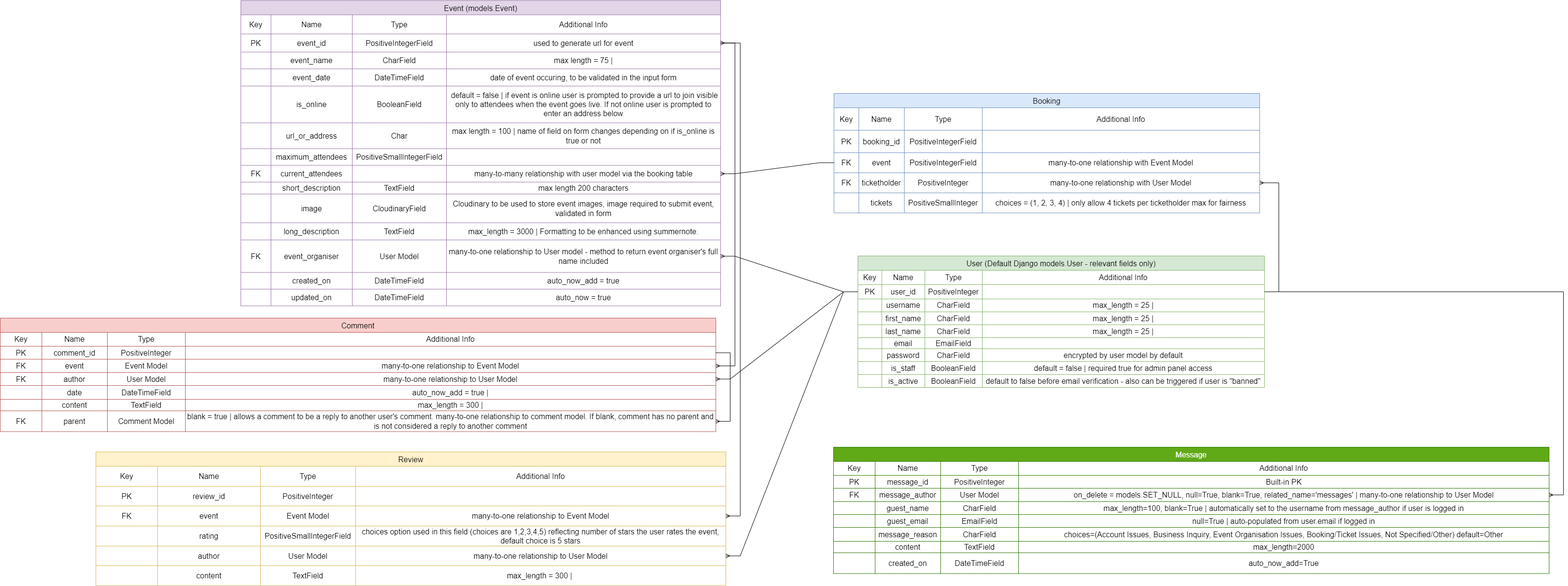
This is documentation/diagrams/ourglass_model_erd.png from Morgana-S/ourglass, a draw.io export, as it was before one commit. Source tidied: cells renumbered, new cells last; positions are measured from the earlier drawing's top-left corner, leaving out a move shared by most shapes.
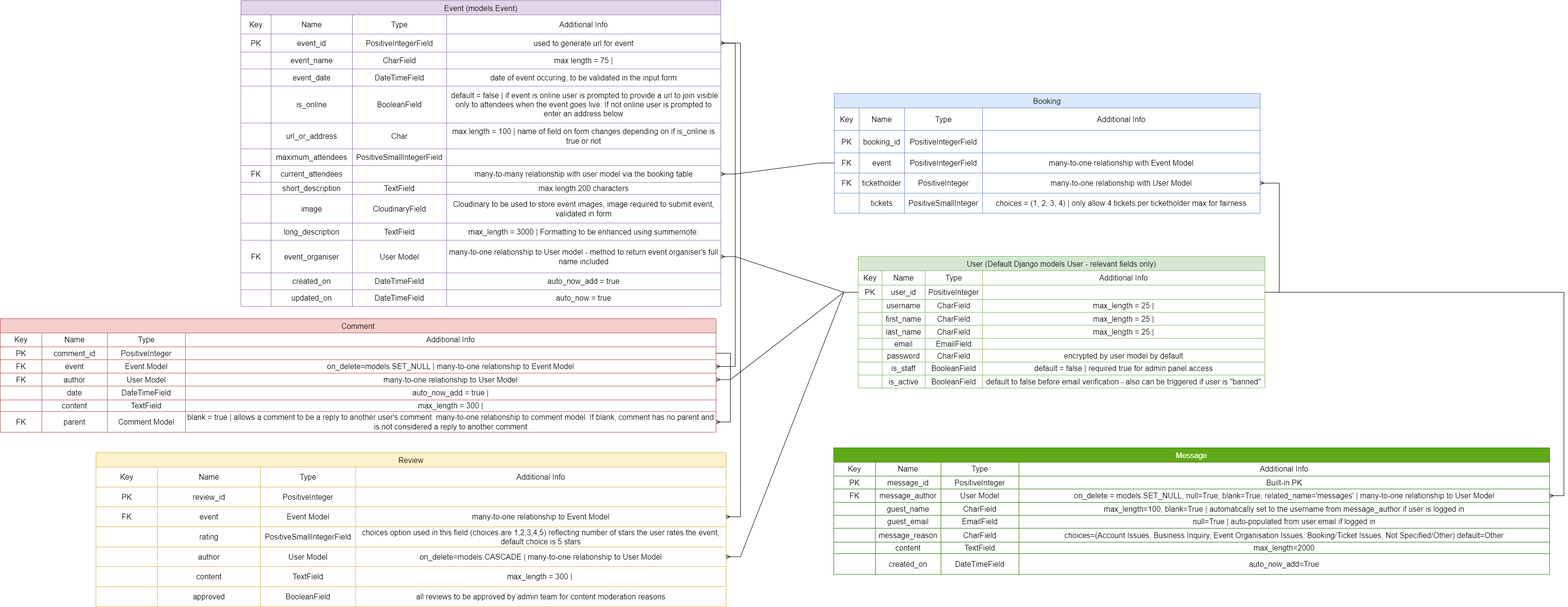
Above is the later version.

Commit message:
Update ERD for Review Model

What changed in the source:
```diff
@@ -401,7 +401,7 @@
     <mxCell id="134" value="Event Model" style="shape=partialRectangle;html=1;whiteSpace=wrap;strokeColor=inherit;overflow=hidden;fillColor=none;top=0;left=0;bottom=0;right=0;fontSize=16;" parent="131" vertex="1">
       <mxGeometry x="224" width="163" height="28" as="geometry" />
     </mxCell>
-    <mxCell id="135" value="many-to-one relationship to Event Model" style="shape=partialRectangle;html=1;whiteSpace=wrap;strokeColor=inherit;overflow=hidden;fillColor=none;top=0;left=0;bottom=0;right=0;fontSize=16;" parent="131" vertex="1">
+    <mxCell id="135" value="on_delete=models.SET_NULL | many-to-one relationship to Event Model" style="shape=partialRectangle;html=1;whiteSpace=wrap;strokeColor=inherit;overflow=hidden;fillColor=none;top=0;left=0;bottom=0;right=0;fontSize=16;" parent="131" vertex="1">
       <mxGeometry x="387" width="1109" height="28" as="geometry" />
     </mxCell>
     <mxCell id="136" style="shape=tableRow;horizontal=0;startSize=0;swimlaneHead=0;swimlaneBody=0;strokeColor=inherit;top=0;left=0;bottom=0;right=0;fillColor=none;points=[[0,0.5],[1,0.5]];portConstraint=eastwest;fontSize=16;" parent="120" vertex="1">
@@ -468,7 +468,7 @@
       <mxGeometry relative="1" as="geometry" />
     </mxCell>
     <mxCell id="157" value="Review" style="shape=table;startSize=30;strokeColor=#d6b656;fontSize=16;fillColor=#fff2cc;" parent="1" vertex="1">
-      <mxGeometry x="200" y="944" width="1317" height="280" as="geometry" />
+      <mxGeometry x="200" y="944" width="1317" height="322" as="geometry" />
     </mxCell>
     <mxCell id="158" style="shape=tableRow;horizontal=0;startSize=0;swimlaneHead=0;swimlaneBody=0;strokeColor=inherit;top=0;left=0;bottom=0;right=0;fillColor=none;fontSize=16;" parent="157" vertex="1">
       <mxGeometry y="30" width="1317" height="42" as="geometry" />
@@ -542,7 +542,7 @@
     <mxCell id="181" value="User Model" style="shape=partialRectangle;html=1;whiteSpace=wrap;strokeColor=inherit;overflow=hidden;fillColor=none;top=0;left=0;bottom=0;right=0;fontSize=16;" parent="178" vertex="1">
       <mxGeometry x="344" width="199" height="41" as="geometry" />
     </mxCell>
-    <mxCell id="182" value="many-to-one relationship to User Model" style="shape=partialRectangle;html=1;whiteSpace=wrap;strokeColor=inherit;overflow=hidden;fillColor=none;top=0;left=0;bottom=0;right=0;fontSize=16;" parent="178" vertex="1">
+    <mxCell id="182" value="on_delete=models.CASCADE | many-to-one relationship to User Model" style="shape=partialRectangle;html=1;whiteSpace=wrap;strokeColor=inherit;overflow=hidden;fillColor=none;top=0;left=0;bottom=0;right=0;fontSize=16;" parent="178" vertex="1">
       <mxGeometry x="543" width="774" height="41" as="geometry" />
     </mxCell>
     <mxCell id="183" style="shape=tableRow;horizontal=0;startSize=0;swimlaneHead=0;swimlaneBody=0;strokeColor=inherit;top=0;left=0;bottom=0;right=0;fillColor=none;fontSize=16;" parent="157" vertex="1">
@@ -560,6 +560,21 @@
     <mxCell id="187" value="max_length = 300 |&amp;nbsp;" style="shape=partialRectangle;html=1;whiteSpace=wrap;strokeColor=inherit;overflow=hidden;fillColor=none;top=0;left=0;bottom=0;right=0;fontSize=16;" parent="183" vertex="1">
       <mxGeometry x="543" width="774" height="42" as="geometry" />
     </mxCell>
+    <mxCell id="263" style="shape=tableRow;horizontal=0;startSize=0;swimlaneHead=0;swimlaneBody=0;strokeColor=inherit;top=0;left=0;bottom=0;right=0;fillColor=none;fontSize=16;" parent="157" vertex="1">
+      <mxGeometry y="280" width="1317" height="42" as="geometry" />
+    </mxCell>
+    <mxCell id="264" style="shape=partialRectangle;html=1;whiteSpace=wrap;strokeColor=inherit;overflow=hidden;fillColor=none;top=0;left=0;bottom=0;right=0;fontSize=16;" parent="263" vertex="1">
+      <mxGeometry width="129" height="42" as="geometry" />
+    </mxCell>
+    <mxCell id="265" value="approved" style="shape=partialRectangle;html=1;whiteSpace=wrap;strokeColor=inherit;overflow=hidden;fillColor=none;top=0;left=0;bottom=0;right=0;fontSize=16;" parent="263" vertex="1">
+      <mxGeometry x="129" width="215" height="42" as="geometry" />
+    </mxCell>
+    <mxCell id="266" value="BooleanField" style="shape=partialRectangle;html=1;whiteSpace=wrap;strokeColor=inherit;overflow=hidden;fillColor=none;top=0;left=0;bottom=0;right=0;fontSize=16;" parent="263" vertex="1">
+      <mxGeometry x="344" width="199" height="42" as="geometry" />
+    </mxCell>
+    <mxCell id="267" value="all reviews to be approved by admin team for content moderation reasons" style="shape=partialRectangle;html=1;whiteSpace=wrap;strokeColor=inherit;overflow=hidden;fillColor=none;top=0;left=0;bottom=0;right=0;fontSize=16;" parent="263" vertex="1">
+      <mxGeometry x="543" width="774" height="42" as="geometry" />
+    </mxCell>
     <mxCell id="188" value="Booking" style="shape=table;startSize=30;strokeColor=#6c8ebf;fontSize=16;fillColor=#dae8fc;" parent="1" vertex="1">
       <mxGeometry x="1743" y="194" width="890" height="250" as="geometry" />
     </mxCell>
```
